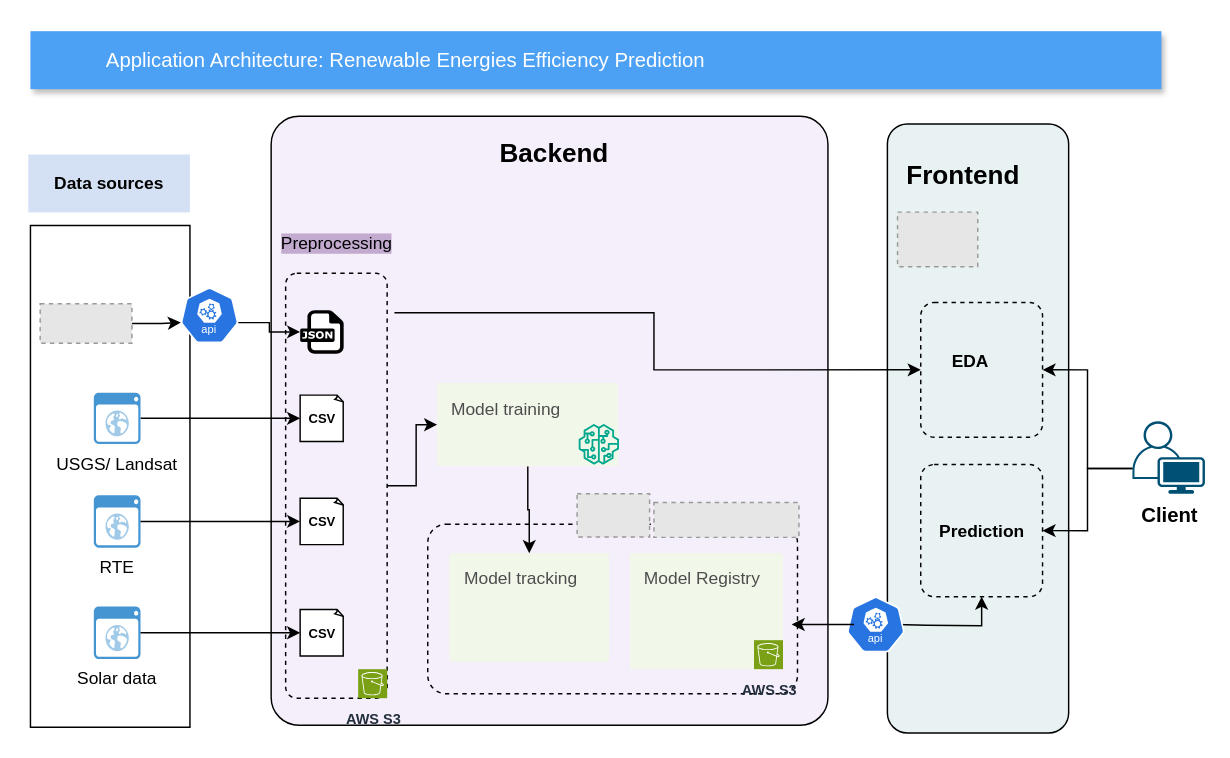
Before: Architecture-dsfs-36-REpredict.drawio in enavarrento/test_draw.io, a draw.io diagram. Source tidied: cells renumbered, new cells numbered last; positions are measured from the earlier drawing's top-left corner, leaving out a move shared by most shapes. Both pictures are drawn from the tidied source at 145%, with x=0, y=0 at pixel (28, 30). Pictures stored in the file or linked from it are replaced by grey dashed boxes.
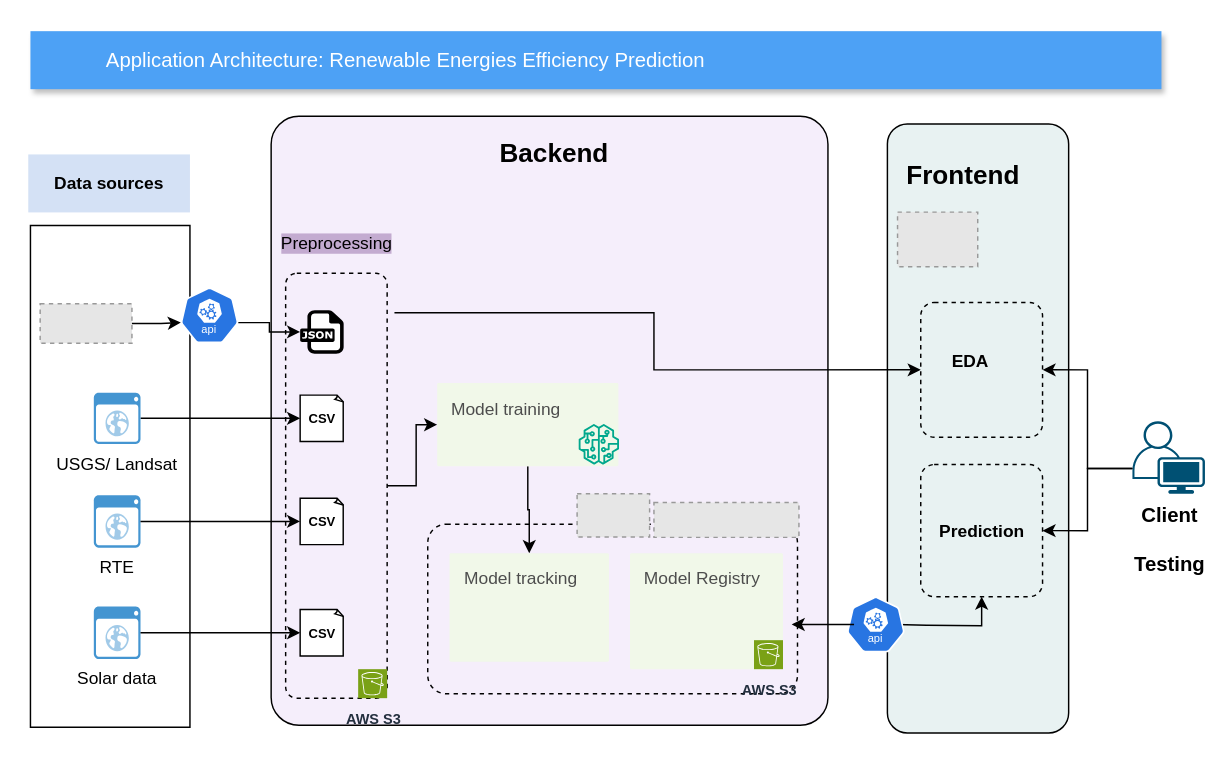
The same page after the edit.

What changed in the source:
```diff
@@
-    <mxCell id="20" value="&lt;b&gt;&lt;font style=&quot;font-size: 14px;&quot;&gt;Client&lt;/font&gt;&lt;/b&gt;" style="points=[[0.35,0,0],[0.98,0.51,0],[1,0.71,0],[0.67,1,0],[0,0.795,0],[0,0.65,0]];verticalLabelPosition=bottom;sketch=0;html=1;verticalAlign=top;align=center;shape=mxgraph.cisco19.user;fillColor=#005073;strokeColor=none;" parent="1" vertex="1">
+    <mxCell id="20" value="&lt;b&gt;&lt;font style=&quot;font-size: 14px;&quot;&gt;Client&lt;br&gt;&lt;br&gt;Testing&lt;/font&gt;&lt;/b&gt;" style="points=[[0.35,0,0],[0.98,0.51,0],[1,0.71,0],[0.67,1,0],[0,0.795,0],[0,0.65,0]];verticalLabelPosition=bottom;sketch=0;html=1;verticalAlign=top;align=center;shape=mxgraph.cisco19.user;fillColor=#005073;strokeColor=none;" parent="1" vertex="1">
       <mxGeometry x="761.5" y="269.1" width="50" height="50" as="geometry" />
     </mxCell>
```
